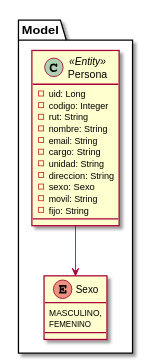
Earlier version of the PlantUML export domain.svg (godiecl/parking). Source of this version:
```plantuml
@startuml

package Model {

    class Persona <<Entity>> {
        - uid: Long
        - codigo: Integer
        - rut: String
        - nombre: String
        - email: String
        - cargo: String
        - unidad: String
        - direccion: String
        - sexo: Sexo
        - movil: String
        - fijo: String
    }

    enum Sexo {
        MASCULINO,
        FEMENINO
    }
    Persona --> Sexo

}

@enduml
```
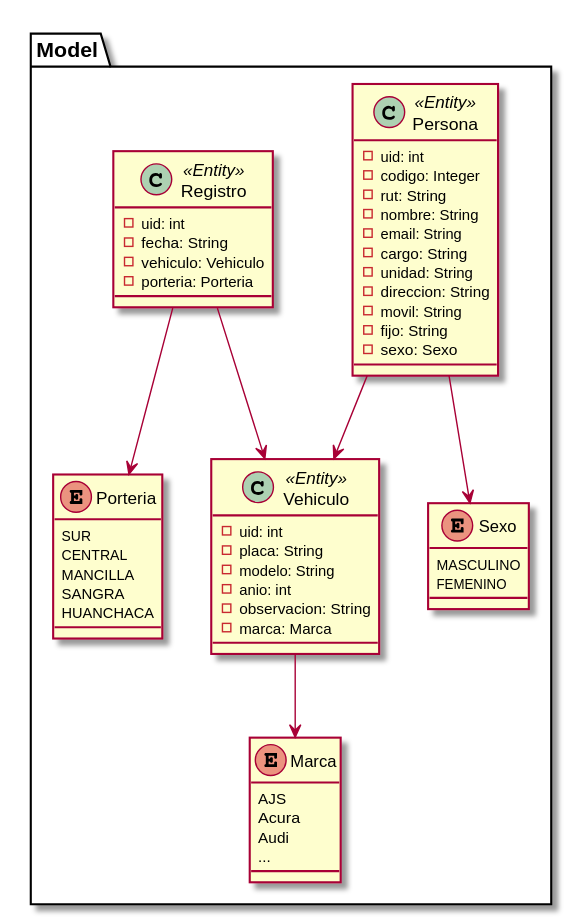
After the change.

Commit message:
feat(ZeroIce): update the domain model.

The edit, as a diff of the source:
```diff
@@ -3,7 +3,7 @@
 package Model {
 
     class Persona <<Entity>> {
-        - uid: Long
+        - uid: int
         - codigo: Integer
         - rut: String
         - nombre: String
@@ -11,17 +11,52 @@
         - cargo: String
         - unidad: String
         - direccion: String
-        - sexo: Sexo
         - movil: String
         - fijo: String
+        - sexo: Sexo
     }
 
     enum Sexo {
-        MASCULINO,
+        MASCULINO
         FEMENINO
     }
     Persona --> Sexo
 
+    enum Marca {
+        AJS
+        Acura
+        Audi
+        ...
+    }
+
+    class Vehiculo <<Entity>> {
+        - uid: int
+        - placa: String
+        - modelo: String
+        - anio: int
+        - observacion: String
+        - marca: Marca
+    }
+    Vehiculo --> Marca
+    Persona --> Vehiculo
+
+    enum Porteria {
+        SUR
+        CENTRAL
+        MANCILLA
+        SANGRA
+        HUANCHACA
+    }
+
+    class Registro <<Entity>> {
+        - uid: int
+        - fecha: String
+        - vehiculo: Vehiculo
+        - porteria: Porteria
+    }
+    Registro --> Porteria
+    Registro --> Vehiculo
+
 }
 
 @enduml
```
